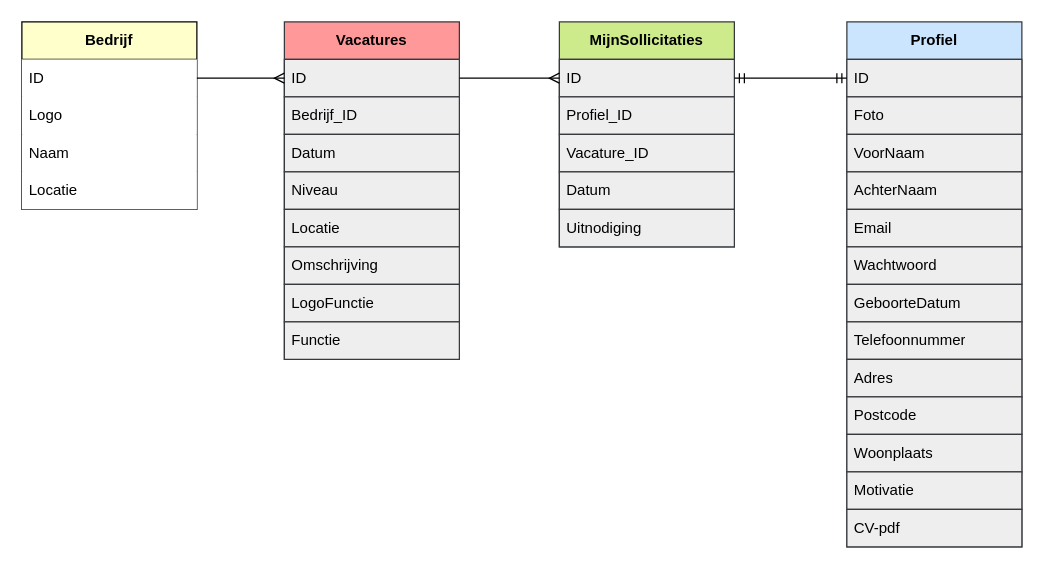
This is documents/Design/VAC-ERD-Uitgewerkt-gegevensmodel-AS-v1.drawio from AaronSaya/educom-symfony-1690191754, a draw.io file, before an edit. Source tidied: cells renumbered, new cells numbered last; positions are measured from the earlier drawing's top-left corner, leaving out a move shared by most shapes. Both pictures are drawn from the tidied source at 125%, with x=0, y=0 at pixel (21, 21).
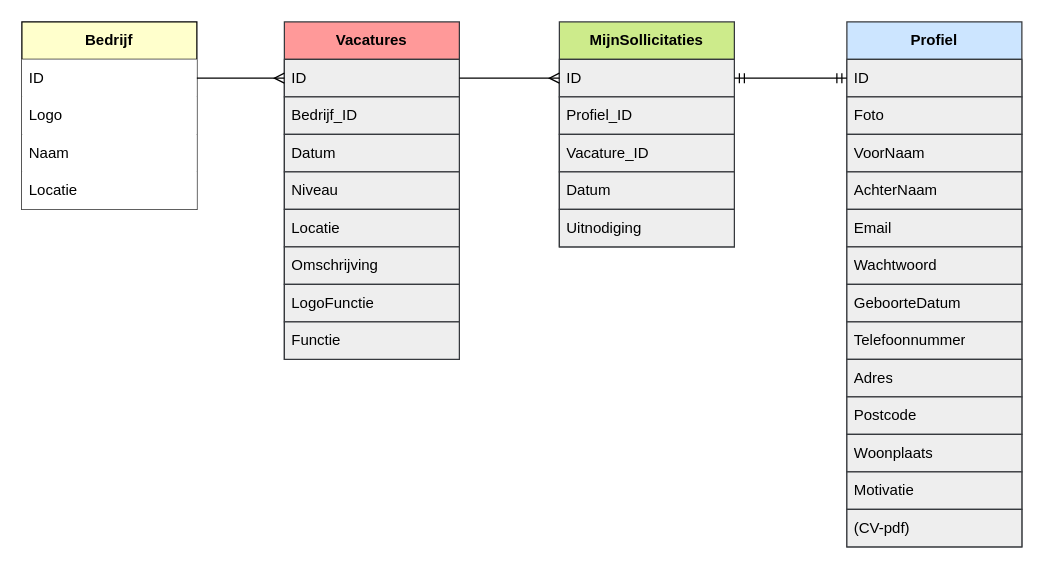
The same diagram, later.

Commit message (it also covers changes not shown here):
Gegevensmodel maken #2

Unchanged cells that the change refers to:
```xml
<mxCell id="7" value="Profiel" style="swimlane;fontStyle=1;horizontal=1;startSize=30;whiteSpace=wrap;html=1;rounded=0;labelBackgroundColor=none;labelBorderColor=none;fillColor=#cce5ff;strokeColor=#36393d;fontColor=#000000;" parent="1" vertex="1">
  <mxGeometry x="660" width="140" height="420" as="geometry" />
</mxCell>
```

Change to the diagram source:
```diff
@@
-<mxGraphModel>
+<mxGraphModel background="#ffffff">
@@
-    <mxCell id="20" value="CV-pdf" style="text;strokeColor=#36393d;fillColor=#eeeeee;align=left;verticalAlign=middle;spacingLeft=4;spacingRight=4;overflow=hidden;whiteSpace=wrap;html=1;rounded=0;labelBackgroundColor=none;labelBorderColor=none;fontColor=#000000;" parent="7" vertex="1">
+    <mxCell id="20" value="(CV-pdf)" style="text;strokeColor=#36393d;fillColor=#eeeeee;align=left;verticalAlign=middle;spacingLeft=4;spacingRight=4;overflow=hidden;whiteSpace=wrap;html=1;rounded=0;labelBackgroundColor=none;labelBorderColor=none;fontColor=#000000;" parent="7" vertex="1">
       <mxGeometry y="390" width="140" height="30" as="geometry" />
     </mxCell>
```
